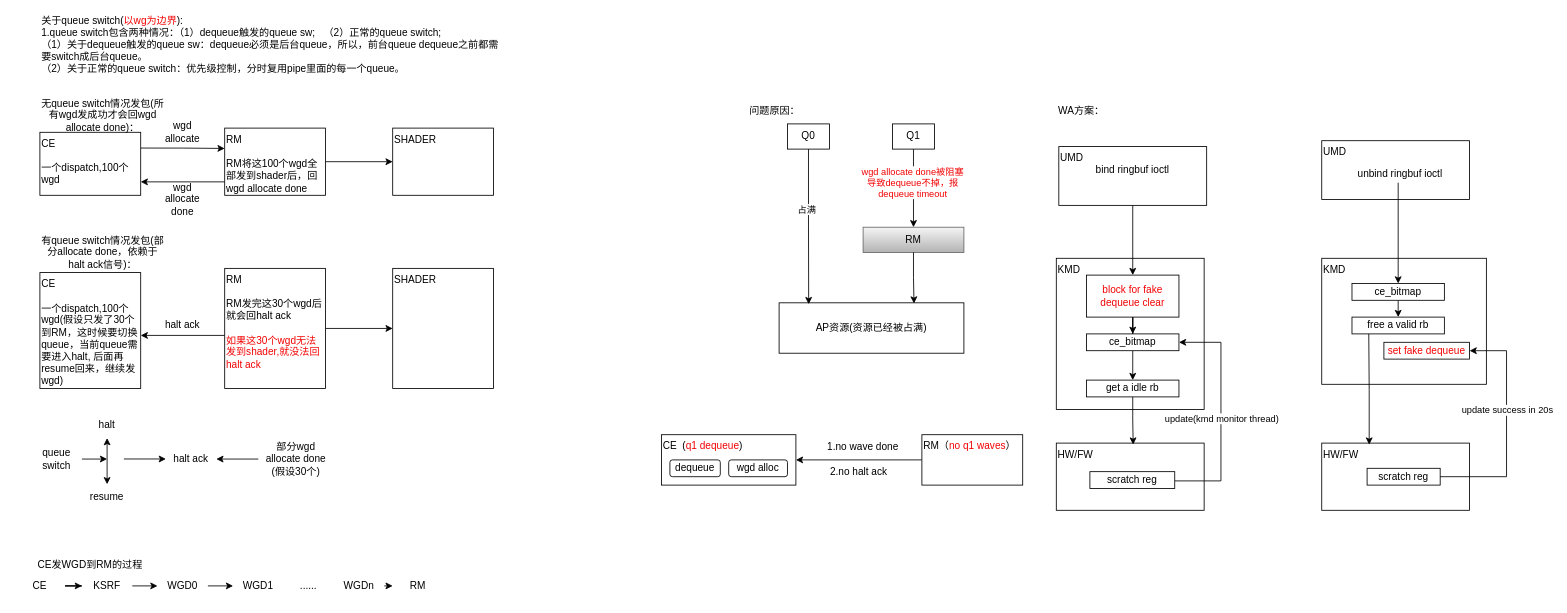
The draw.io diagram FAKE DEQUEUE.drawio in denglin12315/drawio_repo, before the edit. Source tidied: cells renumbered, new cells numbered last; positions are measured from the earlier drawing's top-left corner, leaving out a move shared by most shapes. Both pictures are drawn from the tidied source at 84%, with x=0, y=0 at pixel (14, 44).
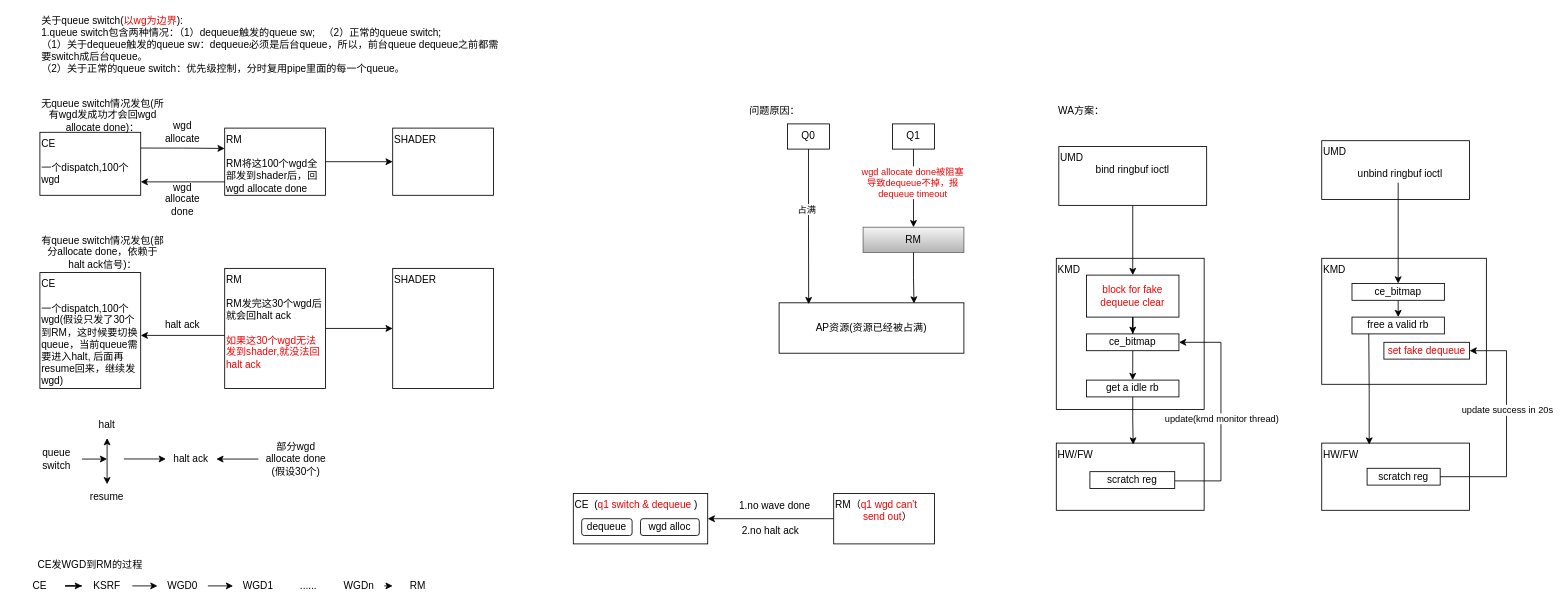
The same page after the edit.

Diff of the diagram source:
```diff
@@
-    <mxCell id="37" value="CE&amp;nbsp; (&lt;font style=&quot;color: rgb(242, 2, 2);&quot;&gt;q1 dequeue&lt;/font&gt;)" style="rounded=0;whiteSpace=wrap;html=1;verticalAlign=top;align=left;" parent="1" vertex="1">
-      <mxGeometry x="770" y="465" width="160" height="60" as="geometry" />
+    <mxCell id="37" value="CE&amp;nbsp; (&lt;font style=&quot;color: rgb(242, 2, 2);&quot;&gt;q1 switch &amp;amp; dequeue&amp;nbsp;&lt;/font&gt;)" style="rounded=0;whiteSpace=wrap;html=1;verticalAlign=top;align=left;" parent="1" vertex="1">
+      <mxGeometry x="665" y="535" width="160" height="60" as="geometry" />
     </mxCell>
@@
-    <mxCell id="39" value="RM（&lt;font style=&quot;color: rgb(242, 2, 2);&quot;&gt;no q1 waves&lt;/font&gt;）" style="rounded=0;whiteSpace=wrap;html=1;verticalAlign=top;align=left;" parent="1" vertex="1">
-      <mxGeometry x="1080" y="465" width="120" height="60" as="geometry" />
+    <mxCell id="39" value="RM（&lt;font style=&quot;color: rgb(242, 2, 2);&quot;&gt;q1 wgd can't&amp;nbsp; &amp;nbsp; &amp;nbsp; &amp;nbsp; &amp;nbsp; &amp;nbsp; &amp;nbsp; &amp;nbsp; send out&lt;/font&gt;）" style="rounded=0;whiteSpace=wrap;html=1;verticalAlign=top;align=left;" parent="1" vertex="1">
+      <mxGeometry x="975" y="535" width="120" height="60" as="geometry" />
     </mxCell>
     <mxCell id="40" value="wgd alloc" style="rounded=1;whiteSpace=wrap;html=1;" parent="1" vertex="1">
-      <mxGeometry x="850" y="495" width="70" height="20" as="geometry" />
+      <mxGeometry x="745" y="565" width="70" height="20" as="geometry" />
     </mxCell>
     <mxCell id="41" value="dequeue" style="rounded=1;whiteSpace=wrap;html=1;" parent="1" vertex="1">
-      <mxGeometry x="780" y="495" width="60" height="20" as="geometry" />
+      <mxGeometry x="675" y="565" width="60" height="20" as="geometry" />
     </mxCell>
     <mxCell id="42" value="1.no wave done" style="text;html=1;align=center;verticalAlign=middle;whiteSpace=wrap;rounded=0;" parent="1" vertex="1">
-      <mxGeometry x="960" y="465" width="100" height="30" as="geometry" />
+      <mxGeometry x="855" y="535" width="100" height="30" as="geometry" />
     </mxCell>
     <mxCell id="43" value="2.no halt ack" style="text;html=1;align=center;verticalAlign=middle;whiteSpace=wrap;rounded=0;" parent="1" vertex="1">
-      <mxGeometry x="960" y="495" width="90" height="30" as="geometry" />
+      <mxGeometry x="855" y="565" width="90" height="30" as="geometry" />
     </mxCell>
```
